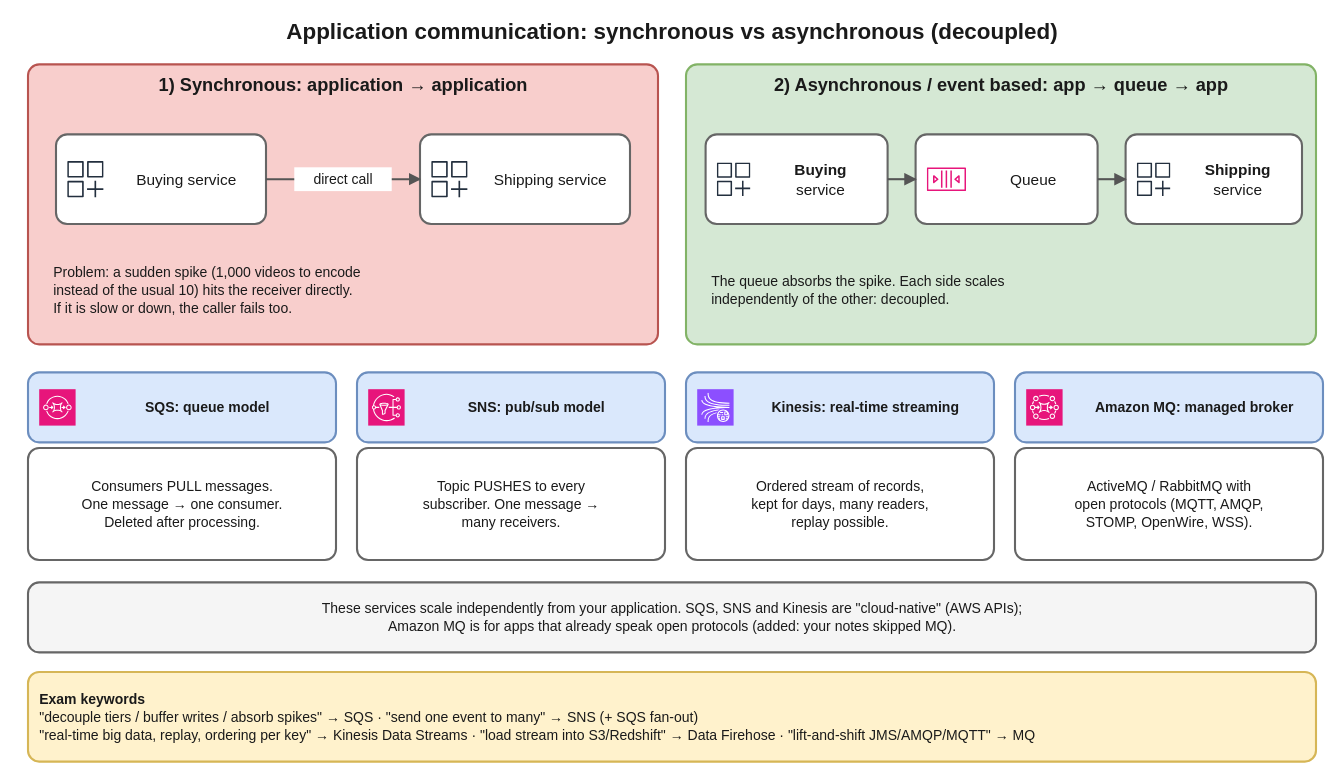
suraj9741/interview keeps this draw.io diagram as interview-prep/aws/diagrams/msg-01-decoupling.drawio.svg. Above is the earlier version. Source tidied: cells renumbered, new cells last; positions are measured from the earlier drawing's top-left corner, leaving out a move shared by most shapes.
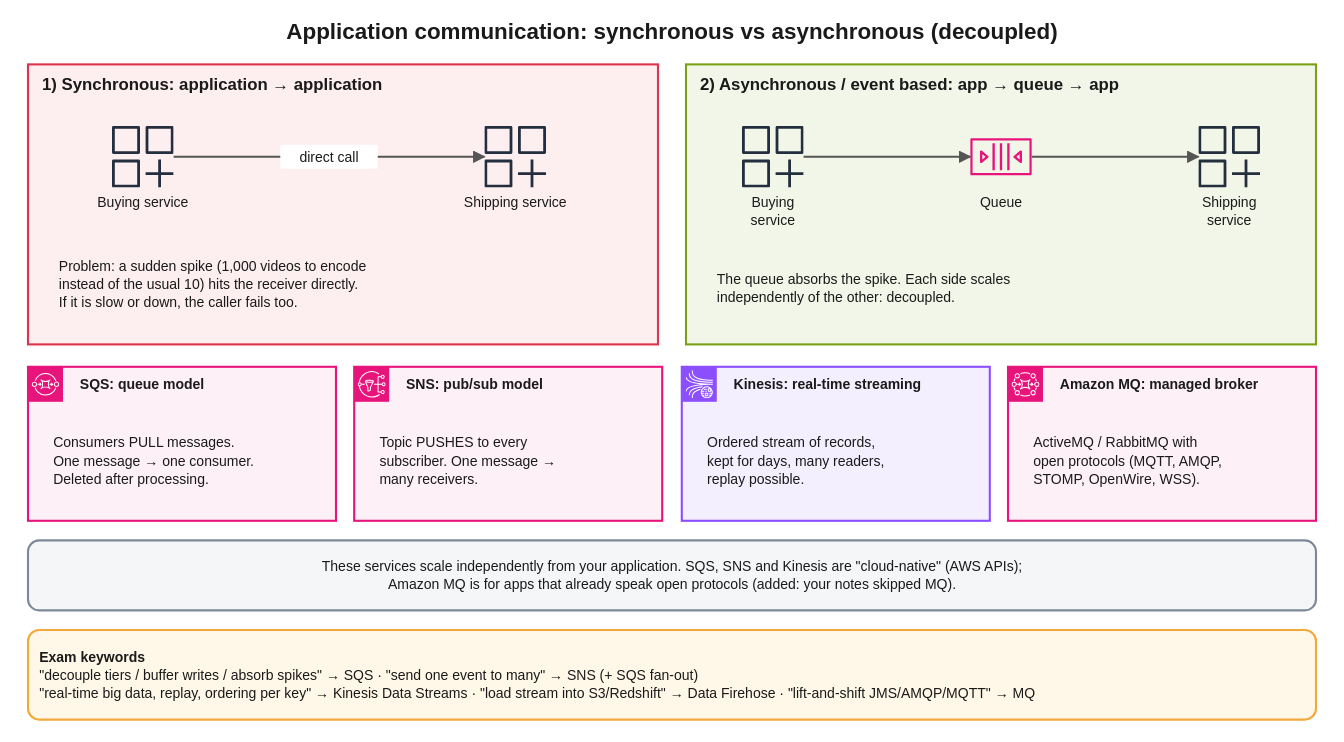
After the change.

The edit, as a diff of the source:
```diff
@@ -5,89 +5,89 @@
     <mxCell id="2" value="Application communication: synchronous vs asynchronous (decoupled)" style="text;strokeColor=none;fillColor=none;whiteSpace=wrap;html=1;fontSize=16;fontColor=#1a1a1a;fontFamily=Helvetica;align=center;verticalAlign=middle;fontStyle=1;" parent="1" vertex="1">
       <mxGeometry width="960" height="28" as="geometry" />
     </mxCell>
-    <mxCell id="3" value="1) Synchronous: application → application" style="rounded=1;absoluteArcSize=1;arcSize=16;fillColor=#f8cecc;strokeColor=#b85450;strokeWidth=1.5;whiteSpace=wrap;html=1;fontSize=13;fontColor=#1a1a1a;fontFamily=Helvetica;align=center;verticalAlign=top;fontStyle=1;spacingTop=2;spacingBottom=2;" parent="1" vertex="1">
+    <mxCell id="3" value="1) Synchronous: application → application" style="rounded=0;fillColor=#FDEEF0;strokeColor=#DD344C;strokeWidth=1.5;whiteSpace=wrap;html=1;fontSize=12;fontColor=#1a1a1a;fontFamily=Helvetica;align=left;verticalAlign=top;fontStyle=1;spacingLeft=8;spacingTop=2;spacingBottom=2;" parent="1" vertex="1">
       <mxGeometry x="20" y="38" width="450" height="200" as="geometry" />
     </mxCell>
-    <mxCell id="4" value="Buying service" style="rounded=1;absoluteArcSize=1;arcSize=16;fillColor=#ffffff;strokeColor=#666666;strokeWidth=1.5;whiteSpace=wrap;html=1;fontSize=11;fontColor=#1a1a1a;fontFamily=Helvetica;align=center;verticalAlign=middle;spacingLeft=36;" parent="1" vertex="1">
-      <mxGeometry x="40" y="88" width="150" height="64" as="geometry" />
+    <mxCell id="4" style="sketch=0;outlineConnect=0;fontColor=#232F3E;gradientColor=none;dashed=0;verticalLabelPosition=bottom;verticalAlign=top;align=center;html=1;fontSize=12;fontStyle=0;fillColor=#232F3E;strokeColor=none;shape=mxgraph.aws4.generic_application;" parent="1" vertex="1">
+      <mxGeometry x="80" y="82" width="44" height="44" as="geometry" />
     </mxCell>
-    <mxCell id="5" style="sketch=0;fontColor=#232F3E;gradientColor=none;dashed=0;verticalLabelPosition=bottom;verticalAlign=top;align=center;html=1;fontSize=12;fontStyle=0;fillColor=#232F3E;strokeColor=none;shape=mxgraph.aws4.generic_application;" parent="1" vertex="1">
-      <mxGeometry x="48" y="107" width="26" height="26" as="geometry" />
-    </mxCell>
+    <mxCell id="34" value="Buying service" style="text;strokeColor=none;fillColor=none;whiteSpace=wrap;html=1;fontSize=10;fontColor=#1a1a1a;fontFamily=Helvetica;align=center;verticalAlign=middle;" parent="1" vertex="1">
+      <mxGeometry x="27" y="128" width="150" height="17" as="geometry" />
+    </mxCell>
-    <mxCell id="6" value="Shipping service" style="rounded=1;absoluteArcSize=1;arcSize=16;fillColor=#ffffff;strokeColor=#666666;strokeWidth=1.5;whiteSpace=wrap;html=1;fontSize=11;fontColor=#1a1a1a;fontFamily=Helvetica;align=center;verticalAlign=middle;spacingLeft=36;" parent="1" vertex="1">
-      <mxGeometry x="300" y="88" width="150" height="64" as="geometry" />
+    <mxCell id="6" style="sketch=0;outlineConnect=0;fontColor=#232F3E;gradientColor=none;dashed=0;verticalLabelPosition=bottom;verticalAlign=top;align=center;html=1;fontSize=12;fontStyle=0;fillColor=#232F3E;strokeColor=none;shape=mxgraph.aws4.generic_application;" parent="1" vertex="1">
+      <mxGeometry x="346" y="82" width="44" height="44" as="geometry" />
     </mxCell>
-    <mxCell id="7" style="sketch=0;fontColor=#232F3E;gradientColor=none;dashed=0;verticalLabelPosition=bottom;verticalAlign=top;align=center;html=1;fontSize=12;fontStyle=0;fillColor=#232F3E;strokeColor=none;shape=mxgraph.aws4.generic_application;" parent="1" vertex="1">
-      <mxGeometry x="308" y="107" width="26" height="26" as="geometry" />
-    </mxCell>
+    <mxCell id="35" value="Shipping service" style="text;strokeColor=none;fillColor=none;whiteSpace=wrap;html=1;fontSize=10;fontColor=#1a1a1a;fontFamily=Helvetica;align=center;verticalAlign=middle;" parent="1" vertex="1">
+      <mxGeometry x="293" y="128" width="150" height="17" as="geometry" />
+    </mxCell>
     <mxCell id="8" value="Problem: a sudden spike (1,000 videos to encode&lt;br&gt;instead of the usual 10) hits the receiver directly.&lt;br&gt;If it is slow or down, the caller fails too." style="text;strokeColor=none;fillColor=none;whiteSpace=wrap;html=1;fontSize=10;fontColor=#1a1a1a;fontFamily=Helvetica;align=left;verticalAlign=middle;spacingLeft=6;" parent="1" vertex="1">
-      <mxGeometry x="30" y="164" width="430" height="70" as="geometry" />
+      <mxGeometry x="34" y="160" width="430" height="70" as="geometry" />
     </mxCell>
-    <mxCell id="9" value="2) Asynchronous / event based: app → queue → app" style="rounded=1;absoluteArcSize=1;arcSize=16;fillColor=#d5e8d4;strokeColor=#82b366;strokeWidth=1.5;whiteSpace=wrap;html=1;fontSize=13;fontColor=#1a1a1a;fontFamily=Helvetica;align=center;verticalAlign=top;fontStyle=1;spacingTop=2;spacingBottom=2;" parent="1" vertex="1">
+    <mxCell id="9" value="2) Asynchronous / event based: app → queue → app" style="rounded=0;fillColor=#F2F6E8;strokeColor=#7AA116;strokeWidth=1.5;whiteSpace=wrap;html=1;fontSize=12;fontColor=#1a1a1a;fontFamily=Helvetica;align=left;verticalAlign=top;fontStyle=1;spacingLeft=8;spacingTop=2;spacingBottom=2;" parent="1" vertex="1">
       <mxGeometry x="490" y="38" width="450" height="200" as="geometry" />
     </mxCell>
-    <mxCell id="10" value="&lt;b&gt;Buying&lt;/b&gt;&lt;br&gt;service" style="rounded=1;absoluteArcSize=1;arcSize=16;fillColor=#ffffff;strokeColor=#666666;strokeWidth=1.5;whiteSpace=wrap;html=1;fontSize=11;fontColor=#1a1a1a;fontFamily=Helvetica;align=center;verticalAlign=middle;spacingLeft=34;" parent="1" vertex="1">
-      <mxGeometry x="504" y="88" width="130" height="64" as="geometry" />
+    <mxCell id="10" style="sketch=0;outlineConnect=0;fontColor=#232F3E;gradientColor=none;dashed=0;verticalLabelPosition=bottom;verticalAlign=top;align=center;html=1;fontSize=12;fontStyle=0;fillColor=#232F3E;strokeColor=none;shape=mxgraph.aws4.generic_application;" parent="1" vertex="1">
+      <mxGeometry x="530" y="82" width="44" height="44" as="geometry" />
     </mxCell>
-    <mxCell id="11" style="sketch=0;fontColor=#232F3E;gradientColor=none;dashed=0;verticalLabelPosition=bottom;verticalAlign=top;align=center;html=1;fontSize=12;fontStyle=0;fillColor=#232F3E;strokeColor=none;shape=mxgraph.aws4.generic_application;" parent="1" vertex="1">
-      <mxGeometry x="512" y="108" width="24" height="24" as="geometry" />
-    </mxCell>
+    <mxCell id="36" value="Buying&lt;br&gt;service" style="text;strokeColor=none;fillColor=none;whiteSpace=wrap;html=1;fontSize=10;fontColor=#1a1a1a;fontFamily=Helvetica;align=center;verticalAlign=middle;" parent="1" vertex="1">
+      <mxGeometry x="502" y="128" width="100" height="30" as="geometry" />
+    </mxCell>
-    <mxCell id="12" value="Queue" style="rounded=1;absoluteArcSize=1;arcSize=16;fillColor=#ffffff;strokeColor=#666666;strokeWidth=1.5;whiteSpace=wrap;html=1;fontSize=11;fontColor=#1a1a1a;fontFamily=Helvetica;align=center;verticalAlign=middle;spacingLeft=38;" parent="1" vertex="1">
-      <mxGeometry x="654" y="88" width="130" height="64" as="geometry" />
+    <mxCell id="12" style="sketch=0;outlineConnect=0;fontColor=#232F3E;gradientColor=none;dashed=0;verticalLabelPosition=bottom;verticalAlign=top;align=center;html=1;fontSize=12;fontStyle=0;fillColor=#E7157B;strokeColor=none;shape=mxgraph.aws4.queue;" parent="1" vertex="1">
+      <mxGeometry x="693" y="82" width="44" height="44" as="geometry" />
     </mxCell>
-    <mxCell id="13" style="sketch=0;fontColor=#232F3E;gradientColor=none;dashed=0;verticalLabelPosition=bottom;verticalAlign=top;align=center;html=1;fontSize=12;fontStyle=0;fillColor=#E7157B;strokeColor=none;shape=mxgraph.aws4.queue;" parent="1" vertex="1">
-      <mxGeometry x="662" y="106" width="28" height="28" as="geometry" />
-    </mxCell>
+    <mxCell id="37" value="Queue" style="text;strokeColor=none;fillColor=none;whiteSpace=wrap;html=1;fontSize=10;fontColor=#1a1a1a;fontFamily=Helvetica;align=center;verticalAlign=middle;" parent="1" vertex="1">
+      <mxGeometry x="665" y="128" width="100" height="17" as="geometry" />
+    </mxCell>
-    <mxCell id="14" value="&lt;b&gt;Shipping&lt;/b&gt;&lt;br&gt;service" style="rounded=1;absoluteArcSize=1;arcSize=16;fillColor=#ffffff;strokeColor=#666666;strokeWidth=1.5;whiteSpace=wrap;html=1;fontSize=11;fontColor=#1a1a1a;fontFamily=Helvetica;align=center;verticalAlign=middle;spacingLeft=34;" parent="1" vertex="1">
-      <mxGeometry x="804" y="88" width="126" height="64" as="geometry" />
+    <mxCell id="14" style="sketch=0;outlineConnect=0;fontColor=#232F3E;gradientColor=none;dashed=0;verticalLabelPosition=bottom;verticalAlign=top;align=center;html=1;fontSize=12;fontStyle=0;fillColor=#232F3E;strokeColor=none;shape=mxgraph.aws4.generic_application;" parent="1" vertex="1">
+      <mxGeometry x="856" y="82" width="44" height="44" as="geometry" />
     </mxCell>
-    <mxCell id="15" style="sketch=0;fontColor=#232F3E;gradientColor=none;dashed=0;verticalLabelPosition=bottom;verticalAlign=top;align=center;html=1;fontSize=12;fontStyle=0;fillColor=#232F3E;strokeColor=none;shape=mxgraph.aws4.generic_application;" parent="1" vertex="1">
-      <mxGeometry x="812" y="108" width="24" height="24" as="geometry" />
-    </mxCell>
+    <mxCell id="38" value="Shipping&lt;br&gt;service" style="text;strokeColor=none;fillColor=none;whiteSpace=wrap;html=1;fontSize=10;fontColor=#1a1a1a;fontFamily=Helvetica;align=center;verticalAlign=middle;" parent="1" vertex="1">
+      <mxGeometry x="828" y="128" width="100" height="30" as="geometry" />
+    </mxCell>
     <mxCell id="16" value="The queue absorbs the spike. Each side scales&lt;br&gt;independently of the other: decoupled." style="text;strokeColor=none;fillColor=none;whiteSpace=wrap;html=1;fontSize=10;fontColor=#1a1a1a;fontFamily=Helvetica;align=left;verticalAlign=middle;spacingLeft=6;" parent="1" vertex="1">
-      <mxGeometry x="500" y="164" width="430" height="70" as="geometry" />
+      <mxGeometry x="504" y="168" width="430" height="60" as="geometry" />
     </mxCell>
-    <mxCell id="17" value="SQS: queue model" style="rounded=1;absoluteArcSize=1;arcSize=16;fillColor=#dae8fc;strokeColor=#6c8ebf;strokeWidth=1.5;whiteSpace=wrap;html=1;fontSize=10;fontColor=#1a1a1a;fontFamily=Helvetica;align=center;verticalAlign=middle;fontStyle=1;spacingLeft=36;" parent="1" vertex="1">
-      <mxGeometry x="20" y="258" width="220" height="50" as="geometry" />
+    <mxCell id="17" value="SQS: queue model" style="rounded=0;fillColor=#FDF0F6;strokeColor=#E7157B;strokeWidth=1.5;whiteSpace=wrap;html=1;fontSize=10;fontColor=#1a1a1a;fontFamily=Helvetica;align=left;verticalAlign=top;fontStyle=1;spacingLeft=35;spacingTop=2;spacingBottom=2;" parent="1" vertex="1">
+      <mxGeometry x="20" y="254" width="220" height="110" as="geometry" />
     </mxCell>
     <mxCell id="18" style="sketch=0;fontColor=#232F3E;gradientColor=none;dashed=0;verticalLabelPosition=bottom;verticalAlign=top;align=center;html=1;fontSize=12;fontStyle=0;fillColor=#E7157B;strokeColor=#ffffff;shape=mxgraph.aws4.resourceIcon;resIcon=mxgraph.aws4.sqs;" parent="1" vertex="1">
-      <mxGeometry x="28" y="270" width="26" height="26" as="geometry" />
+      <mxGeometry x="20" y="254" width="25" height="25" as="geometry" />
     </mxCell>
-    <mxCell id="19" value="Consumers PULL messages.&lt;br&gt;One message → one consumer.&lt;br&gt;Deleted after processing." style="rounded=1;absoluteArcSize=1;arcSize=16;fillColor=#ffffff;strokeColor=#666666;strokeWidth=1.5;whiteSpace=wrap;html=1;fontSize=10;fontColor=#1a1a1a;fontFamily=Helvetica;align=center;verticalAlign=middle;" parent="1" vertex="1">
-      <mxGeometry x="20" y="312" width="220" height="80" as="geometry" />
+    <mxCell id="19" value="Consumers PULL messages.&lt;br&gt;One message → one consumer.&lt;br&gt;Deleted after processing." style="text;strokeColor=none;fillColor=none;whiteSpace=wrap;html=1;fontSize=10;fontColor=#1a1a1a;fontFamily=Helvetica;align=left;verticalAlign=middle;spacingLeft=6;" parent="1" vertex="1">
+      <mxGeometry x="30" y="286" width="200" height="70" as="geometry" />
     </mxCell>
-    <mxCell id="20" value="SNS: pub/sub model" style="rounded=1;absoluteArcSize=1;arcSize=16;fillColor=#dae8fc;strokeColor=#6c8ebf;strokeWidth=1.5;whiteSpace=wrap;html=1;fontSize=10;fontColor=#1a1a1a;fontFamily=Helvetica;align=center;verticalAlign=middle;fontStyle=1;spacingLeft=36;" parent="1" vertex="1">
-      <mxGeometry x="255" y="258" width="220" height="50" as="geometry" />
+    <mxCell id="20" value="SNS: pub/sub model" style="rounded=0;fillColor=#FDF0F6;strokeColor=#E7157B;strokeWidth=1.5;whiteSpace=wrap;html=1;fontSize=10;fontColor=#1a1a1a;fontFamily=Helvetica;align=left;verticalAlign=top;fontStyle=1;spacingLeft=35;spacingTop=2;spacingBottom=2;" parent="1" vertex="1">
+      <mxGeometry x="253" y="254" width="220" height="110" as="geometry" />
     </mxCell>
     <mxCell id="21" style="sketch=0;fontColor=#232F3E;gradientColor=none;dashed=0;verticalLabelPosition=bottom;verticalAlign=top;align=center;html=1;fontSize=12;fontStyle=0;fillColor=#E7157B;strokeColor=#ffffff;shape=mxgraph.aws4.resourceIcon;resIcon=mxgraph.aws4.sns;" parent="1" vertex="1">
-      <mxGeometry x="263" y="270" width="26" height="26" as="geometry" />
+      <mxGeometry x="253" y="254" width="25" height="25" as="geometry" />
     </mxCell>
-    <mxCell id="22" value="Topic PUSHES to every&lt;br&gt;subscriber. One message →&lt;br&gt;many receivers." style="rounded=1;absoluteArcSize=1;arcSize=16;fillColor=#ffffff;strokeColor=#666666;strokeWidth=1.5;whiteSpace=wrap;html=1;fontSize=10;fontColor=#1a1a1a;fontFamily=Helvetica;align=center;verticalAlign=middle;" parent="1" vertex="1">
-      <mxGeometry x="255" y="312" width="220" height="80" as="geometry" />
+    <mxCell id="22" value="Topic PUSHES to every&lt;br&gt;subscriber. One message →&lt;br&gt;many receivers." style="text;strokeColor=none;fillColor=none;whiteSpace=wrap;html=1;fontSize=10;fontColor=#1a1a1a;fontFamily=Helvetica;align=left;verticalAlign=middle;spacingLeft=6;" parent="1" vertex="1">
+      <mxGeometry x="263" y="286" width="200" height="70" as="geometry" />
     </mxCell>
-    <mxCell id="23" value="Kinesis: real-time streaming" style="rounded=1;absoluteArcSize=1;arcSize=16;fillColor=#dae8fc;strokeColor=#6c8ebf;strokeWidth=1.5;whiteSpace=wrap;html=1;fontSize=10;fontColor=#1a1a1a;fontFamily=Helvetica;align=center;verticalAlign=middle;fontStyle=1;spacingLeft=36;" parent="1" vertex="1">
-      <mxGeometry x="490" y="258" width="220" height="50" as="geometry" />
+    <mxCell id="23" value="Kinesis: real-time streaming" style="rounded=0;fillColor=#F4EFFF;strokeColor=#8C4FFF;strokeWidth=1.5;whiteSpace=wrap;html=1;fontSize=10;fontColor=#1a1a1a;fontFamily=Helvetica;align=left;verticalAlign=top;fontStyle=1;spacingLeft=35;spacingTop=2;spacingBottom=2;" parent="1" vertex="1">
+      <mxGeometry x="487" y="254" width="220" height="110" as="geometry" />
     </mxCell>
     <mxCell id="24" style="sketch=0;fontColor=#232F3E;gradientColor=none;dashed=0;verticalLabelPosition=bottom;verticalAlign=top;align=center;html=1;fontSize=12;fontStyle=0;fillColor=#8C4FFF;strokeColor=#ffffff;shape=mxgraph.aws4.resourceIcon;resIcon=mxgraph.aws4.kinesis_data_streams;" parent="1" vertex="1">
-      <mxGeometry x="498" y="270" width="26" height="26" as="geometry" />
+      <mxGeometry x="487" y="254" width="25" height="25" as="geometry" />
     </mxCell>
-    <mxCell id="25" value="Ordered stream of records,&lt;br&gt;kept for days, many readers,&lt;br&gt;replay possible." style="rounded=1;absoluteArcSize=1;arcSize=16;fillColor=#ffffff;strokeColor=#666666;strokeWidth=1.5;whiteSpace=wrap;html=1;fontSize=10;fontColor=#1a1a1a;fontFamily=Helvetica;align=center;verticalAlign=middle;" parent="1" vertex="1">
-      <mxGeometry x="490" y="312" width="220" height="80" as="geometry" />
+    <mxCell id="25" value="Ordered stream of records,&lt;br&gt;kept for days, many readers,&lt;br&gt;replay possible." style="text;strokeColor=none;fillColor=none;whiteSpace=wrap;html=1;fontSize=10;fontColor=#1a1a1a;fontFamily=Helvetica;align=left;verticalAlign=middle;spacingLeft=6;" parent="1" vertex="1">
+      <mxGeometry x="497" y="286" width="200" height="70" as="geometry" />
     </mxCell>
-    <mxCell id="26" value="Amazon MQ: managed broker" style="rounded=1;absoluteArcSize=1;arcSize=16;fillColor=#dae8fc;strokeColor=#6c8ebf;strokeWidth=1.5;whiteSpace=wrap;html=1;fontSize=10;fontColor=#1a1a1a;fontFamily=Helvetica;align=center;verticalAlign=middle;fontStyle=1;spacingLeft=36;" parent="1" vertex="1">
-      <mxGeometry x="725" y="258" width="220" height="50" as="geometry" />
+    <mxCell id="26" value="Amazon MQ: managed broker" style="rounded=0;fillColor=#FDF0F6;strokeColor=#E7157B;strokeWidth=1.5;whiteSpace=wrap;html=1;fontSize=10;fontColor=#1a1a1a;fontFamily=Helvetica;align=left;verticalAlign=top;fontStyle=1;spacingLeft=35;spacingTop=2;spacingBottom=2;" parent="1" vertex="1">
+      <mxGeometry x="720" y="254" width="220" height="110" as="geometry" />
     </mxCell>
     <mxCell id="27" style="sketch=0;fontColor=#232F3E;gradientColor=none;dashed=0;verticalLabelPosition=bottom;verticalAlign=top;align=center;html=1;fontSize=12;fontStyle=0;fillColor=#E7157B;strokeColor=#ffffff;shape=mxgraph.aws4.resourceIcon;resIcon=mxgraph.aws4.mq;" parent="1" vertex="1">
-      <mxGeometry x="733" y="270" width="26" height="26" as="geometry" />
+      <mxGeometry x="720" y="254" width="25" height="25" as="geometry" />
     </mxCell>
-    <mxCell id="28" value="ActiveMQ / RabbitMQ with&lt;br&gt;open protocols (MQTT, AMQP,&lt;br&gt;STOMP, OpenWire, WSS)." style="rounded=1;absoluteArcSize=1;arcSize=16;fillColor=#ffffff;strokeColor=#666666;strokeWidth=1.5;whiteSpace=wrap;html=1;fontSize=10;fontColor=#1a1a1a;fontFamily=Helvetica;align=center;verticalAlign=middle;" parent="1" vertex="1">
-      <mxGeometry x="725" y="312" width="220" height="80" as="geometry" />
+    <mxCell id="28" value="ActiveMQ / RabbitMQ with&lt;br&gt;open protocols (MQTT, AMQP,&lt;br&gt;STOMP, OpenWire, WSS)." style="text;strokeColor=none;fillColor=none;whiteSpace=wrap;html=1;fontSize=10;fontColor=#1a1a1a;fontFamily=Helvetica;align=left;verticalAlign=middle;spacingLeft=6;" parent="1" vertex="1">
+      <mxGeometry x="730" y="286" width="200" height="70" as="geometry" />
     </mxCell>
-    <mxCell id="29" value="These services scale independently from your application. SQS, SNS and Kinesis are &quot;cloud-native&quot; (AWS APIs);&lt;br&gt;Amazon MQ is for apps that already speak open protocols (added: your notes skipped MQ)." style="rounded=1;absoluteArcSize=1;arcSize=16;fillColor=#f5f5f5;strokeColor=#666666;strokeWidth=1.5;whiteSpace=wrap;html=1;fontSize=10;fontColor=#1a1a1a;fontFamily=Helvetica;align=center;verticalAlign=middle;" parent="1" vertex="1">
-      <mxGeometry x="20" y="408" width="920" height="50" as="geometry" />
+    <mxCell id="29" value="These services scale independently from your application. SQS, SNS and Kinesis are &quot;cloud-native&quot; (AWS APIs);&lt;br&gt;Amazon MQ is for apps that already speak open protocols (added: your notes skipped MQ)." style="rounded=1;absoluteArcSize=1;arcSize=16;fillColor=#F5F6F7;strokeColor=#7D8998;strokeWidth=1.5;whiteSpace=wrap;html=1;fontSize=10;fontColor=#1a1a1a;fontFamily=Helvetica;align=center;verticalAlign=middle;" parent="1" vertex="1">
+      <mxGeometry x="20" y="378" width="920" height="50" as="geometry" />
     </mxCell>
-    <mxCell id="30" value="&lt;b&gt;Exam keywords&lt;/b&gt;&lt;br&gt;&quot;decouple tiers / buffer writes / absorb spikes&quot; → SQS · &quot;send one event to many&quot; → SNS (+ SQS fan-out)&lt;br&gt;&quot;real-time big data, replay, ordering per key&quot; → Kinesis Data Streams · &quot;load stream into S3/Redshift&quot; → Data Firehose · &quot;lift-and-shift JMS/AMQP/MQTT&quot; → MQ" style="rounded=1;absoluteArcSize=1;arcSize=16;fillColor=#fff2cc;strokeColor=#d6b656;strokeWidth=1.5;whiteSpace=wrap;html=1;fontSize=10;fontColor=#1a1a1a;fontFamily=Helvetica;align=left;verticalAlign=middle;spacingLeft=6;" parent="1" vertex="1">
-      <mxGeometry x="20" y="472" width="920" height="64" as="geometry" />
+    <mxCell id="30" value="&lt;b&gt;Exam keywords&lt;/b&gt;&lt;br&gt;&quot;decouple tiers / buffer writes / absorb spikes&quot; → SQS · &quot;send one event to many&quot; → SNS (+ SQS fan-out)&lt;br&gt;&quot;real-time big data, replay, ordering per key&quot; → Kinesis Data Streams · &quot;load stream into S3/Redshift&quot; → Data Firehose · &quot;lift-and-shift JMS/AMQP/MQTT&quot; → MQ" style="rounded=1;absoluteArcSize=1;arcSize=16;fillColor=#FFF8E8;strokeColor=#F2A93B;strokeWidth=1.5;whiteSpace=wrap;html=1;fontSize=10;fontColor=#1a1a1a;fontFamily=Helvetica;align=left;verticalAlign=middle;spacingLeft=6;" parent="1" vertex="1">
+      <mxGeometry x="20" y="442" width="920" height="64" as="geometry" />
     </mxCell>
     <mxCell id="31" value="direct call" style="html=1;rounded=0;endArrow=classic;endFill=1;strokeColor=#555555;strokeWidth=1.5;fontSize=10;fontColor=#1a1a1a;labelBackgroundColor=#ffffff;startArrow=none;" parent="1" edge="1" source="4" target="6">
       <mxGeometry relative="1" as="geometry" />
```
